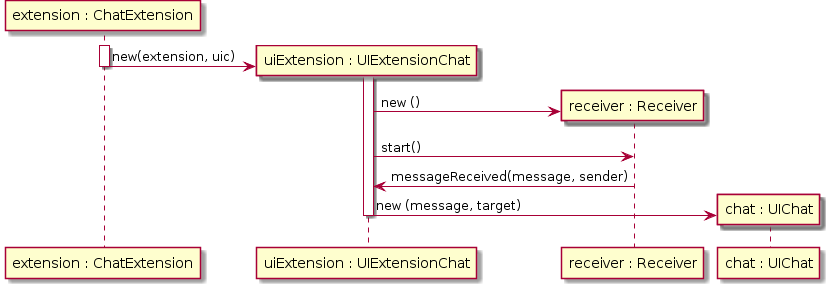
Before: src/csheets/userstories/us079/doc-files/us079_design_receiver.png, a diagram exported from PlantUML (BeatrizSeabra/Project_Excel_Java).
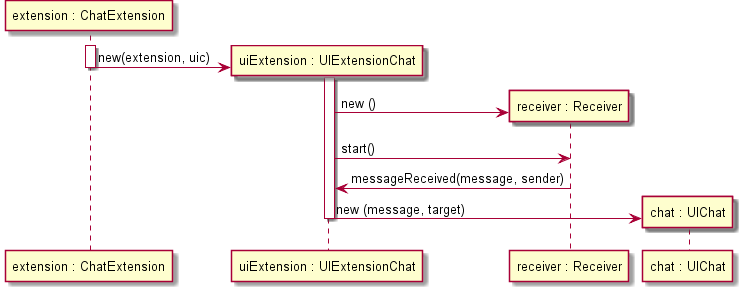
After the commit.

Diff of the diagram source:
```diff
@@ -1,18 +1,18 @@
-@startuml
+@startuml doc-files/us079_design_receiver.png
 participant "extension : ChatExtension" as EExample
- participant "uiExtension : UIExtensionChat" as UIExt
- participant "receiver : Receiver" as rcv
- participant "chat : UIChat" as ch
- 	activate EExample
- 	create UIExt
- 	EExample -> UIExt : new(extension, uic)
- 	deactivate EExample
- 	activate UIExt
- 	create rcv
- 	UIExt -> rcv : new ()
-        UIExt -> rcv : start()
-	rcv -> UIExt: messageReceived(message, sender)
-        create ch
- 	UIExt -> ch : new (message, target)
- 	deactivate UIExt
+participant "uiExtension : UIExtensionChat" as UIExt
+participant "receiver : Receiver" as rcv
+participant "chat : UIChat" as ch
+activate EExample
+create UIExt
+EExample -> UIExt : new(extension, uic)
+deactivate EExample
+activate UIExt
+create rcv
+UIExt -> rcv : new ()
+UIExt -> rcv : start()
+rcv -> UIExt: messageReceived(message, sender)
+create ch
+UIExt -> ch : new (message, target)
+deactivate UIExt
 @enduml
```
